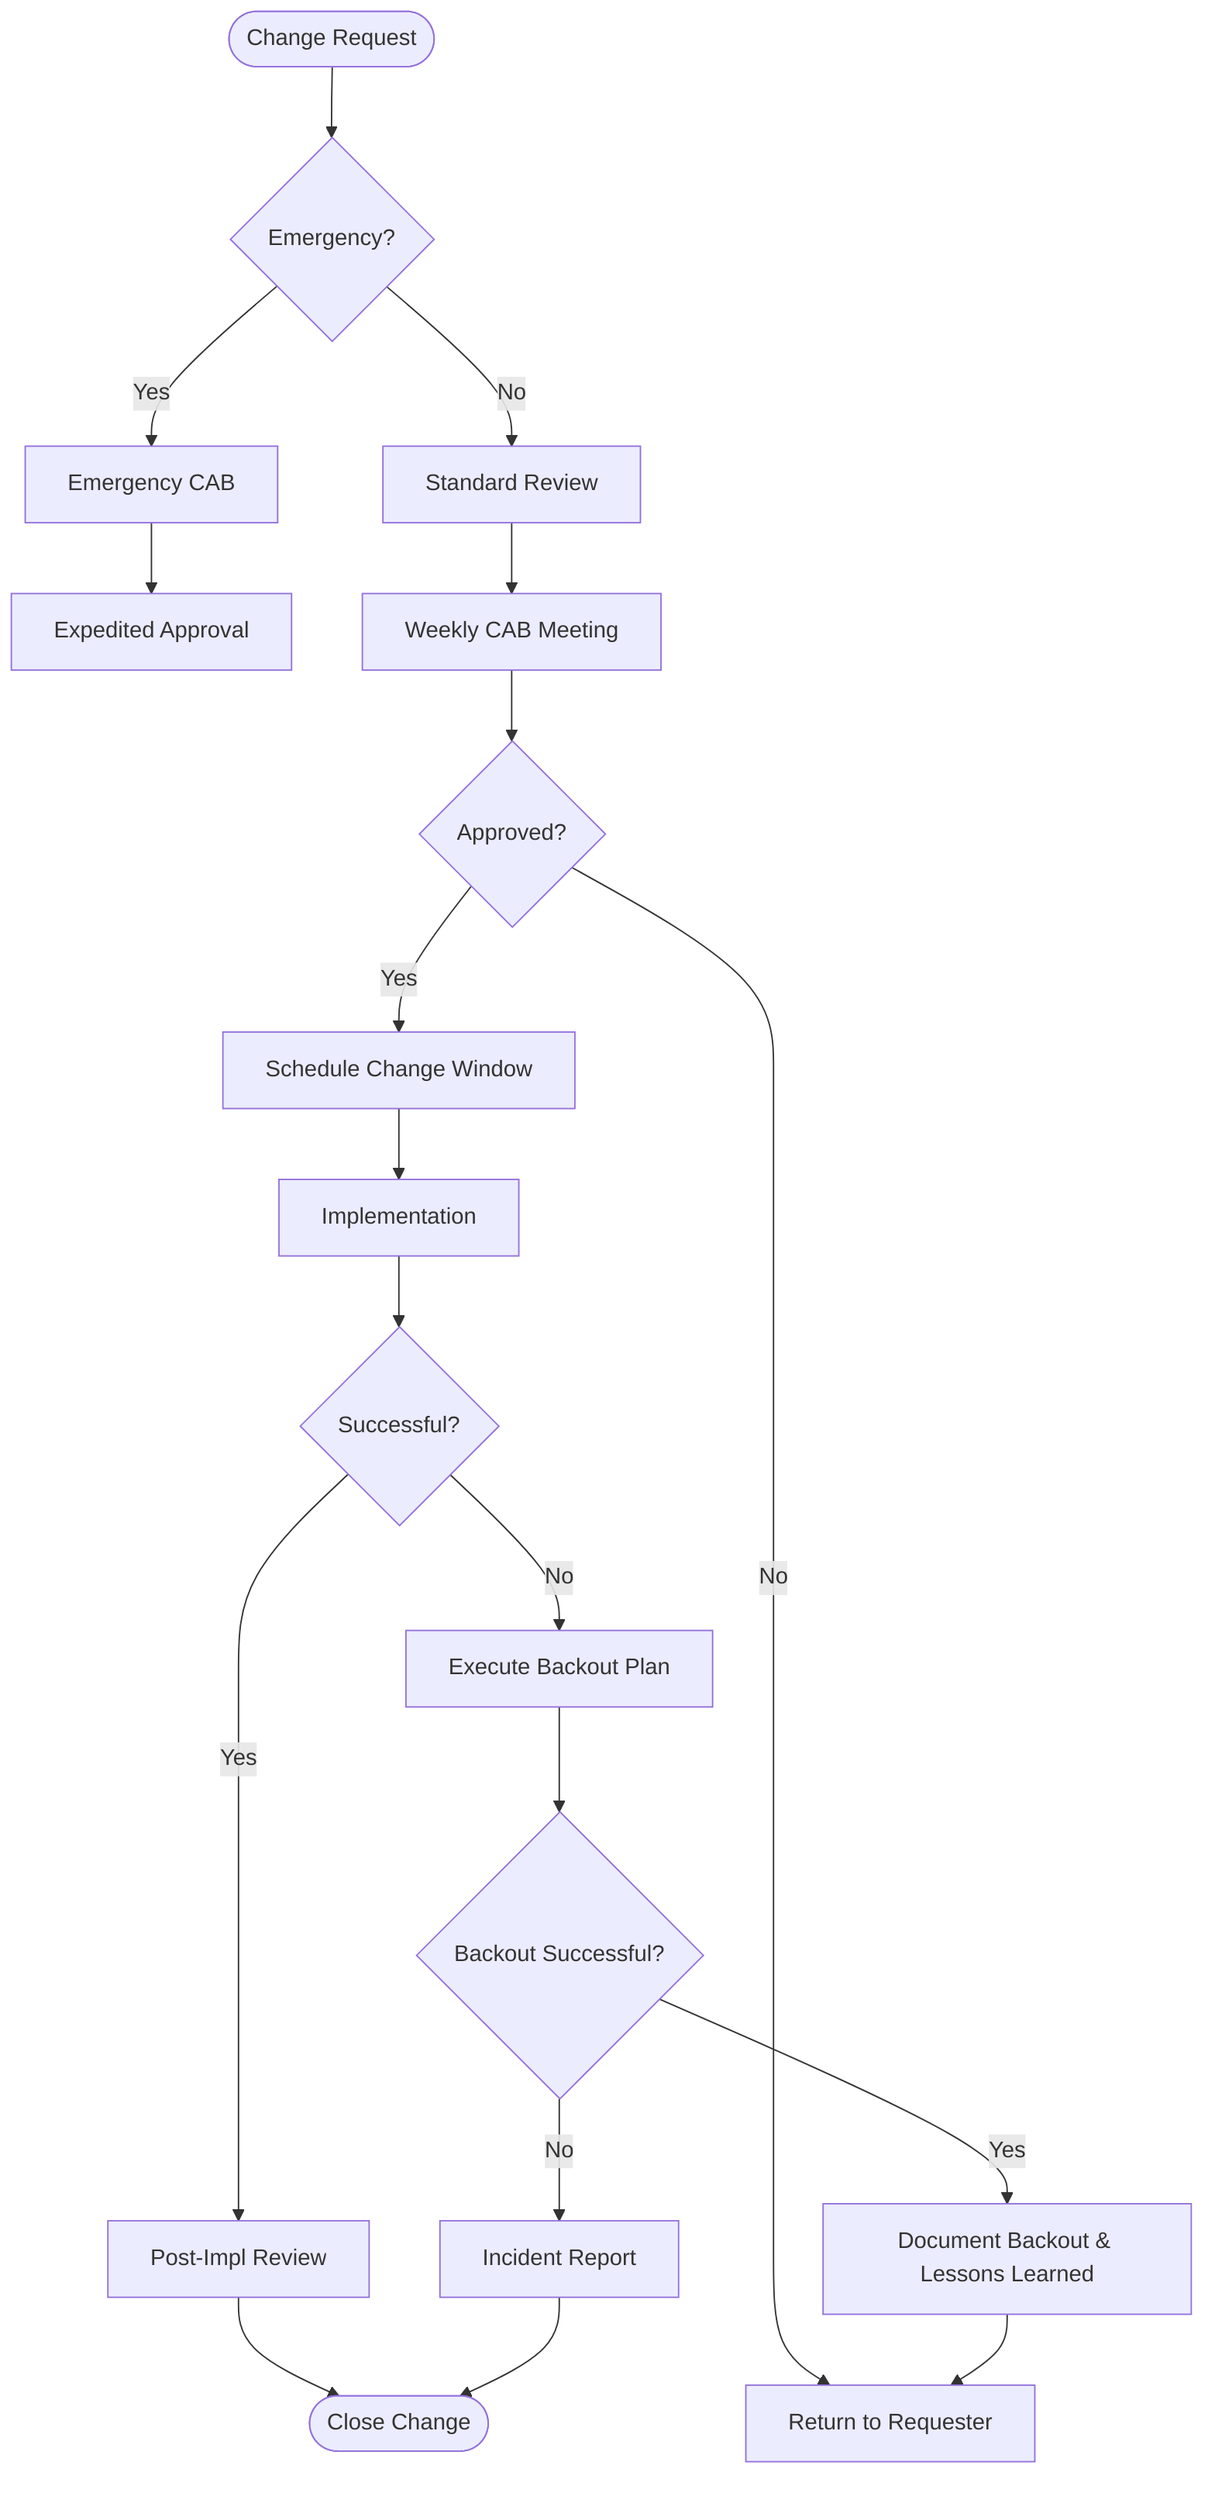
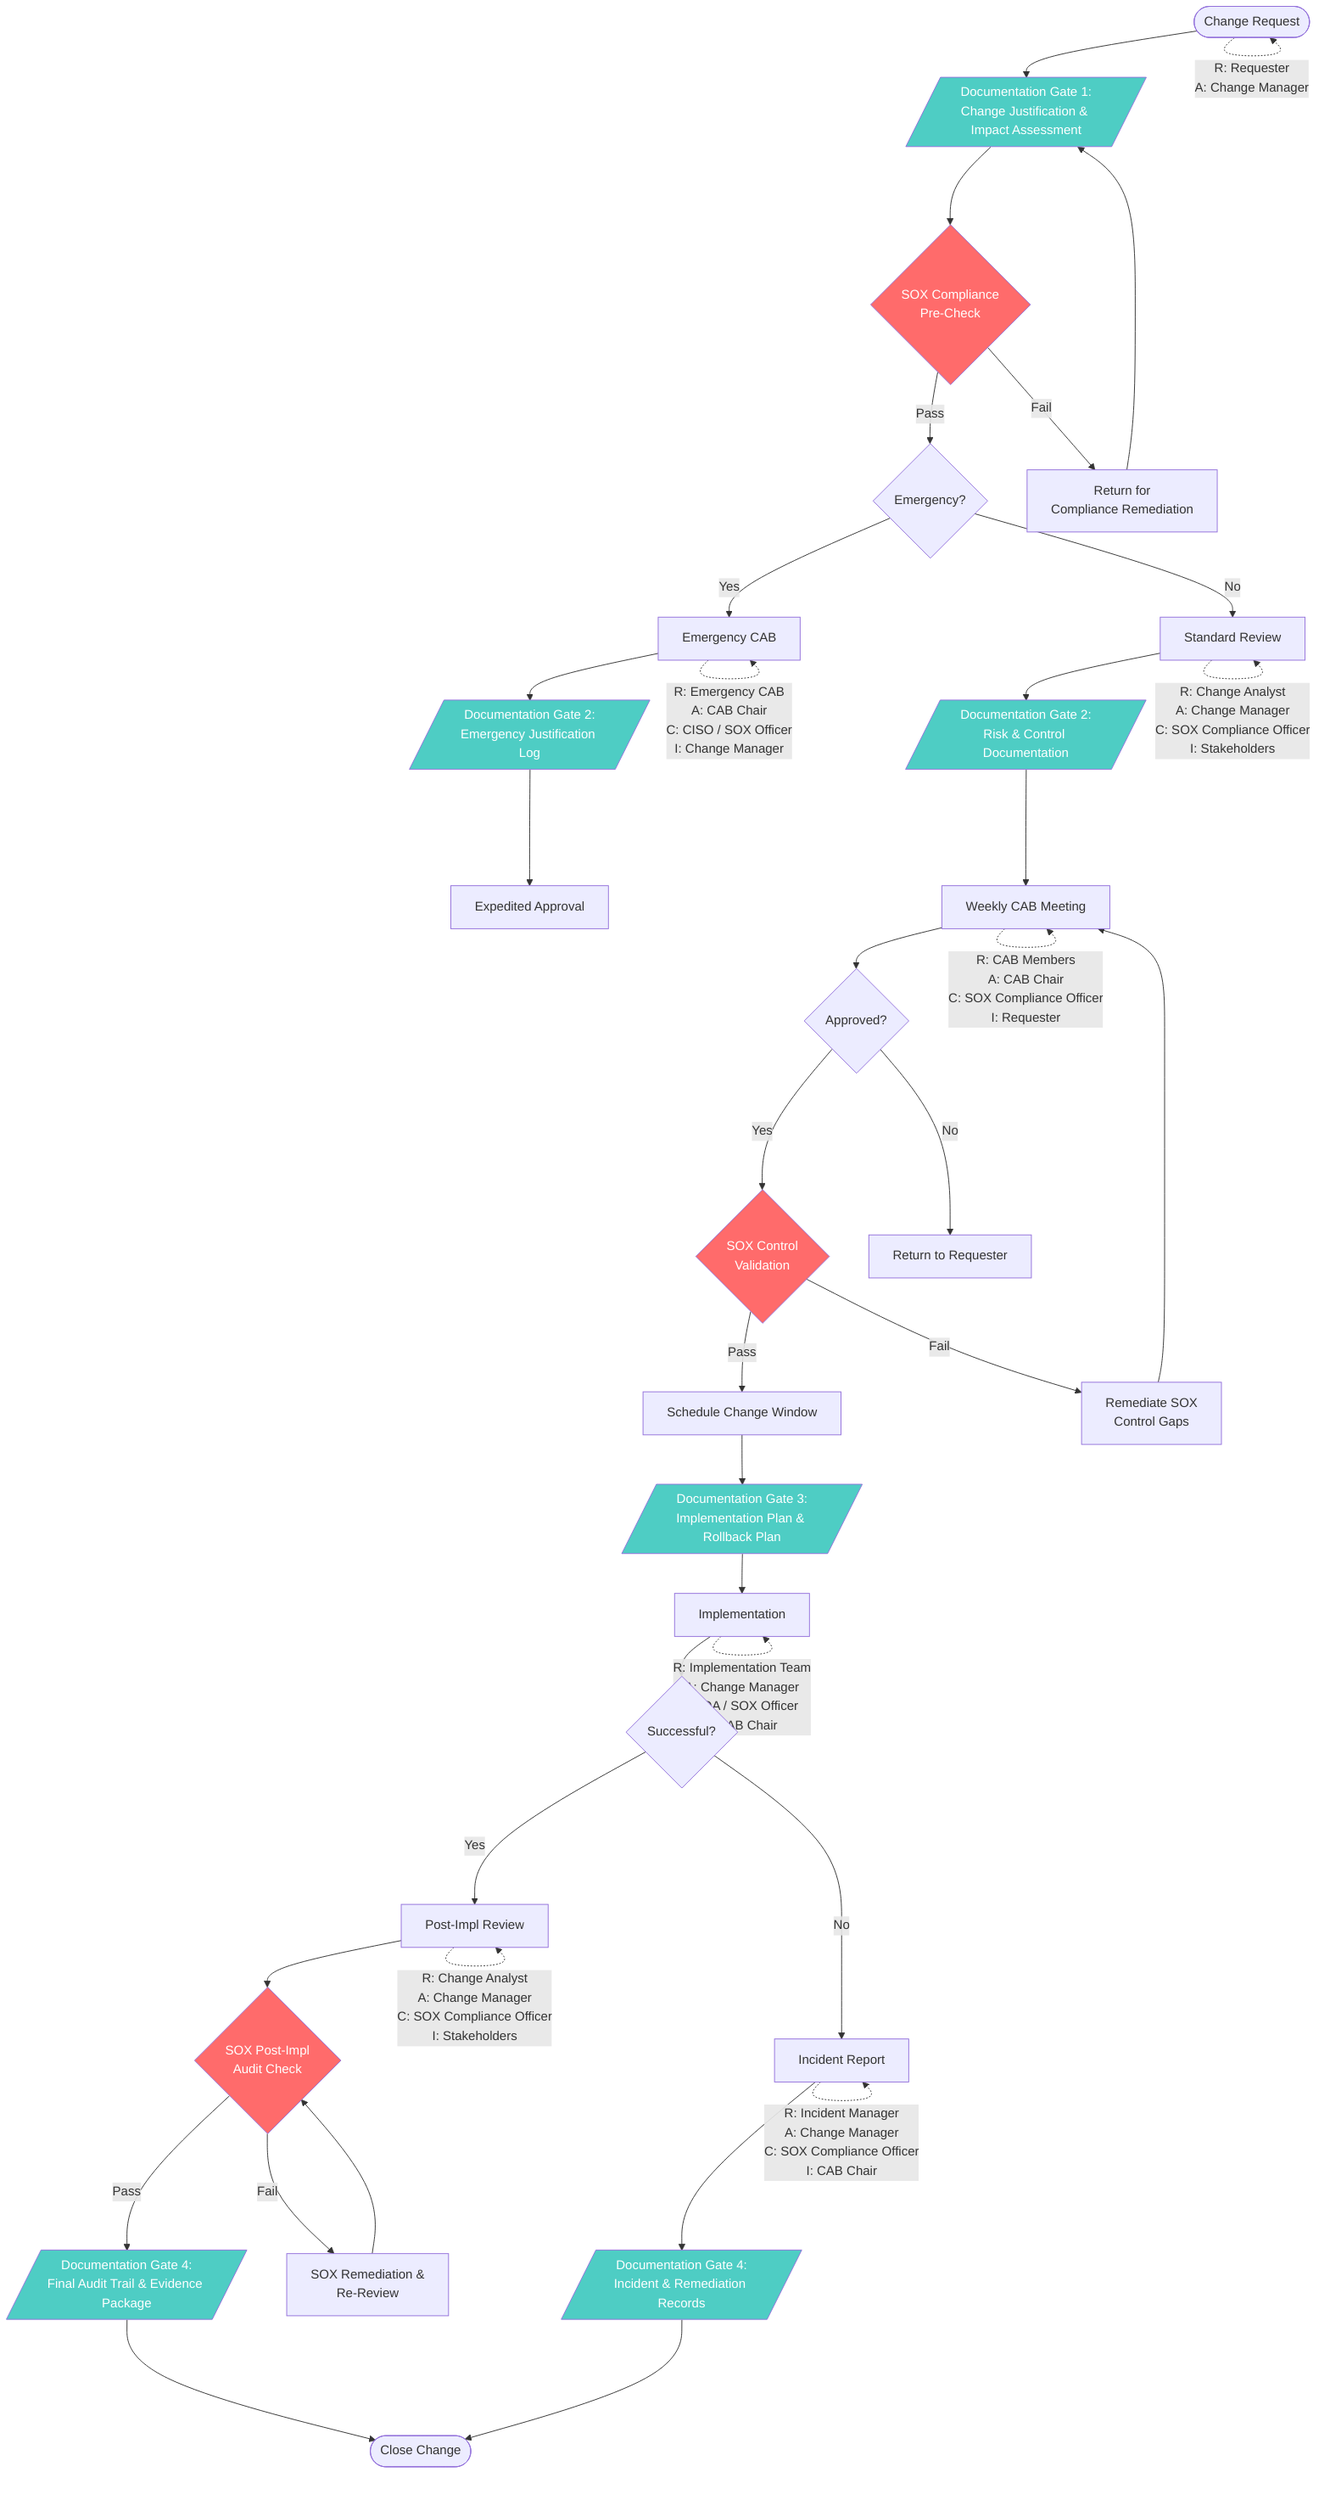
flowchart TD
-     A([Change Request]) --> B{Emergency?}
+     A([Change Request]) --> A1[/Documentation Gate 1:\nChange Justification & Impact Assessment/]
+     %% ⚡ CHANGED SECTION - Added initial documentation gate
+     A1 --> A2{SOX Compliance\nPre-Check}
+     %% ⚡ CHANGED SECTION - Added SOX pre-check
+     A2 --> |Pass| B{Emergency?}
+     A2 --> |Fail| A3[Return for\nCompliance Remediation]
+     A3 --> A1
    B --> |Yes| C[Emergency CAB]
    B --> |No| D[Standard Review]
-     C --> E[Expedited Approval]
-     D --> F[Weekly CAB Meeting]
+     C --> C1[/Documentation Gate 2:\nEmergency Justification Log/]
+     %% ⚡ CHANGED SECTION - Added emergency documentation gate
+     C1 --> E[Expedited Approval]
+     D --> D1[/Documentation Gate 2:\nRisk & Control Documentation/]
+     %% ⚡ CHANGED SECTION - Added standard documentation gate
+     D1 --> F[Weekly CAB Meeting]
    F --> G{Approved?}
-     G --> |Yes| H[Schedule Change Window]
+     G --> |Yes| G1{SOX Control\nValidation}
+     %% ⚡ CHANGED SECTION - Added SOX control validation after approval
+     G1 --> |Pass| H[Schedule Change Window]
+     G1 --> |Fail| G2[Remediate SOX\nControl Gaps]
+     G2 --> F
    G --> |No| I[Return to Requester]
-     H --> J[Implementation]
+     H --> H1[/Documentation Gate 3:\nImplementation Plan & Rollback Plan/]
+     %% ⚡ CHANGED SECTION - Added implementation documentation gate
+     H1 --> J[Implementation]
    J --> K{Successful?}
    K --> |Yes| L[Post-Impl Review]
-     %% ⚡ CHANGED SECTION
-     K --> |No| M1[Execute Backout Plan]
-     M1 --> M2{Backout Successful?}
-     M2 --> |Yes| M3[Document Backout & Lessons Learned]
-     M2 --> |No| M[Incident Report]
-     M3 --> I
-     %% ⚡ END CHANGED SECTION
-     L --> N([Close Change])
-     M --> N+     K --> |No| M[Incident Report]
+     L --> L1{SOX Post-Impl\nAudit Check}
+     %% ⚡ CHANGED SECTION - Added SOX post-implementation audit
+     L1 --> |Pass| L2[/Documentation Gate 4:\nFinal Audit Trail & Evidence Package/]
+     L1 --> |Fail| L3[SOX Remediation &\nRe-Review]
+     L3 --> L1
+     %% ⚡ CHANGED SECTION - Added final documentation gate
+     L2 --> N([Close Change])
+     M --> M1[/Documentation Gate 4:\nIncident & Remediation Records/]
+     %% ⚡ CHANGED SECTION - Added incident documentation gate
+     M1 --> N
+ 
+     %% ⚡ CHANGED SECTION - RACI Role Labels
+     A -.-> |"R: Requester\nA: Change Manager"| A
+     D -.-> |"R: Change Analyst\nA: Change Manager\nC: SOX Compliance Officer\nI: Stakeholders"| D
+     F -.-> |"R: CAB Members\nA: CAB Chair\nC: SOX Compliance Officer\nI: Requester"| F
+     C -.-> |"R: Emergency CAB\nA: CAB Chair\nC: CISO / SOX Officer\nI: Change Manager"| C
+     J -.-> |"R: Implementation Team\nA: Change Manager\nC: QA / SOX Officer\nI: CAB Chair"| J
+     L -.-> |"R: Change Analyst\nA: Change Manager\nC: SOX Compliance Officer\nI: Stakeholders"| L
+     M -.-> |"R: Incident Manager\nA: Change Manager\nC: SOX Compliance Officer\nI: CAB Chair"| M
+ 
+     %% Styling
+     style A2 fill:#FF6B6B,color:#fff
+     style G1 fill:#FF6B6B,color:#fff
+     style L1 fill:#FF6B6B,color:#fff
+     style A1 fill:#4ECDC4,color:#fff
+     style C1 fill:#4ECDC4,color:#fff
+     style D1 fill:#4ECDC4,color:#fff
+     style H1 fill:#4ECDC4,color:#fff
+     style L2 fill:#4ECDC4,color:#fff
+     style M1 fill:#4ECDC4,color:#fff